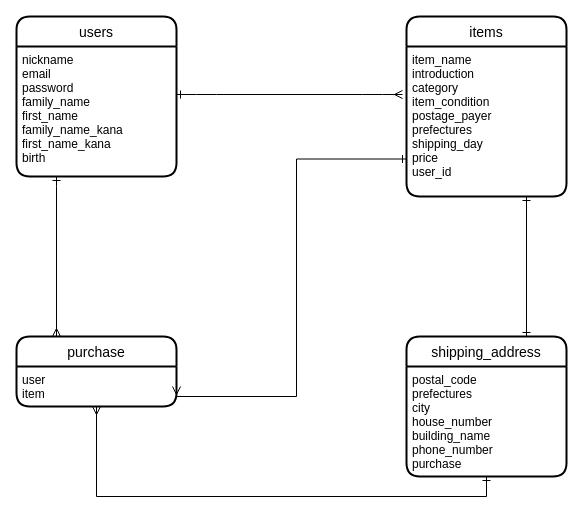
This is furima.dio from missa0205/furima-32101, a draw.io file, before an edit. Source tidied: cells renumbered, new cells numbered last; positions are measured from the earlier drawing's top-left corner, leaving out a move shared by most shapes. Both pictures are drawn from the tidied source at 100%, with x=0, y=0 at pixel (16, 16).
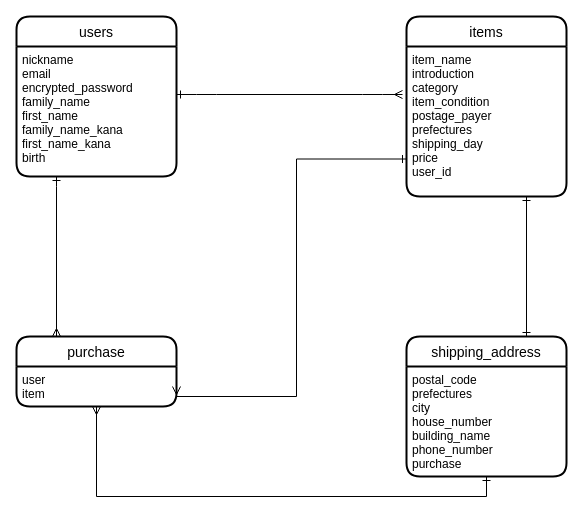
After the change.

Commit message (it also covers changes not shown here):
prefecture_idカラムに修正

The edit, as a diff of the source:
```diff
@@
 <mxGraphModel>
   <root>
     <mxCell id="0" />
     <mxCell id="1" parent="0" />
     <mxCell id="2" value="users" style="swimlane;horizontal=1;startSize=30;rounded=1;fontSize=14;fontStyle=0;strokeWidth=2;shadow=0;dashed=0;align=center;" parent="1" vertex="1">
       <mxGeometry width="160" height="160" as="geometry" />
     </mxCell>
-    <mxCell id="3" value="nickname&#10;email&#10;password&#10;family_name&#10;first_name&#10;family_name_kana&#10;first_name_kana&#10;birth" style="align=left;strokeColor=none;fillColor=none;spacingLeft=4;fontSize=12;verticalAlign=top;" parent="2" vertex="1">
+    <mxCell id="3" value="nickname&#10;email&#10;encrypted_password&#10;family_name&#10;first_name&#10;family_name_kana&#10;first_name_kana&#10;birth" style="align=left;strokeColor=none;fillColor=none;spacingLeft=4;fontSize=12;verticalAlign=top;" parent="2" vertex="1">
       <mxGeometry y="30" width="160" height="130" as="geometry" />
     </mxCell>
     <mxCell id="4" value="items" style="swimlane;horizontal=1;startSize=30;rounded=1;fontSize=14;fontStyle=0;strokeWidth=2;shadow=0;dashed=0;align=center;" parent="1" vertex="1">
       <mxGeometry x="390" width="160" height="180" as="geometry" />
     </mxCell>
     <mxCell id="5" value="item_name&#10;introduction&#10;category&#10;item_condition&#10;postage_payer&#10;prefectures&#10;shipping_day&#10;price&#10;user_id&#10;" style="align=left;strokeColor=none;fillColor=none;spacingLeft=4;fontSize=12;verticalAlign=top;" parent="4" vertex="1">
       <mxGeometry y="30" width="160" height="150" as="geometry" />
     </mxCell>
     <mxCell id="6" style="edgeStyle=entityRelationEdgeStyle;fontSize=12;html=1;endArrow=ERmany;entryX=-0.025;entryY=0.32;entryDx=0;entryDy=0;entryPerimeter=0;startArrow=ERone;startFill=0;endFill=0;" parent="1" edge="1" target="5">
       <mxGeometry relative="1" as="geometry">
         <mxPoint x="160" y="78" as="sourcePoint" />
       </mxGeometry>
     </mxCell>
     <mxCell id="7" style="edgeStyle=orthogonalEdgeStyle;rounded=0;jettySize=auto;html=1;entryX=0.25;entryY=0;entryDx=0;entryDy=0;startArrow=ERone;startFill=0;endArrow=ERmany;endFill=0;" parent="1" edge="1" source="3" target="8">
       <mxGeometry relative="1" as="geometry">
         <Array as="points">
           <mxPoint x="40" y="170" />
           <mxPoint x="40" y="170" />
         </Array>
       </mxGeometry>
     </mxCell>
     <mxCell id="8" value="purchase" style="swimlane;horizontal=1;startSize=30;rounded=1;fontSize=14;fontStyle=0;strokeWidth=2;shadow=0;dashed=0;align=center;" parent="1" vertex="1">
       <mxGeometry y="320" width="160" height="70" as="geometry" />
     </mxCell>
     <mxCell id="9" value="user&#10;item" style="align=left;strokeColor=none;fillColor=none;spacingLeft=4;fontSize=12;verticalAlign=top;" parent="8" vertex="1">
       <mxGeometry y="30" width="160" height="40" as="geometry" />
     </mxCell>
     <mxCell id="10" style="edgeStyle=orthogonalEdgeStyle;rounded=0;jettySize=auto;html=1;exitX=0.75;exitY=0;exitDx=0;exitDy=0;entryX=0.75;entryY=1;entryDx=0;entryDy=0;startArrow=ERone;startFill=0;endArrow=ERone;endFill=0;" parent="1" edge="1" source="11" target="5">
       <mxGeometry relative="1" as="geometry" />
     </mxCell>
     <mxCell id="11" value="shipping_address" style="swimlane;horizontal=1;startSize=30;rounded=1;fontSize=14;fontStyle=0;strokeWidth=2;shadow=0;dashed=0;align=center;" parent="1" vertex="1">
       <mxGeometry x="390" y="320" width="160" height="140" as="geometry" />
     </mxCell>
     <mxCell id="12" value="postal_code&#10;prefectures&#10;city&#10;house_number&#10;building_name&#10;phone_number&#10;purchase" style="align=left;strokeColor=none;fillColor=none;spacingLeft=4;fontSize=12;verticalAlign=top;" parent="11" vertex="1">
       <mxGeometry y="30" width="160" height="110" as="geometry" />
     </mxCell>
     <mxCell id="13" style="edgeStyle=orthogonalEdgeStyle;rounded=0;jettySize=auto;html=1;exitX=1;exitY=0.5;exitDx=0;exitDy=0;entryX=0;entryY=0.75;entryDx=0;entryDy=0;startArrow=ERmany;startFill=0;endArrow=ERone;endFill=0;" parent="1" edge="1" source="9" target="5">
       <mxGeometry relative="1" as="geometry">
         <Array as="points">
           <mxPoint x="280" y="380" />
           <mxPoint x="280" y="143" />
         </Array>
       </mxGeometry>
     </mxCell>
     <mxCell id="14" style="edgeStyle=orthogonalEdgeStyle;rounded=0;jettySize=auto;html=1;exitX=0.5;exitY=1;exitDx=0;exitDy=0;entryX=0.5;entryY=1;entryDx=0;entryDy=0;startArrow=ERone;startFill=0;endArrow=ERmany;endFill=0;" parent="1" edge="1" source="12" target="9">
       <mxGeometry relative="1" as="geometry" />
     </mxCell>
   </root>
 </mxGraphModel>
```
